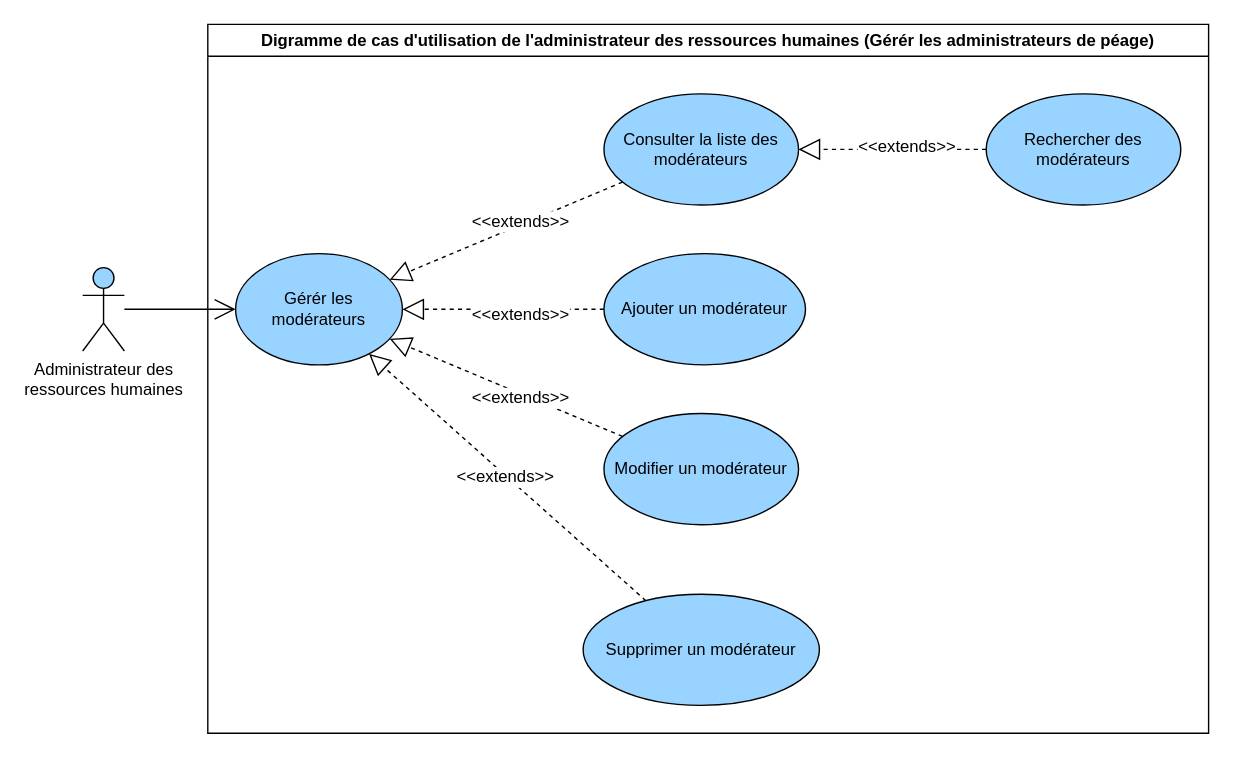
The draw.io diagram page "Gerer les moderateurs" (4 of 4) of diagrams/use-case/administrateur-des-ressources-humaines.drawio in devlotfi/peage-pay, before the edit. Source tidied: cells renumbered, new cells numbered last; positions are measured from the earlier drawing's top-left corner, leaving out a move shared by most shapes. Both pictures are drawn from the tidied source at 139%, with x=0, y=0 at pixel (82, 24).
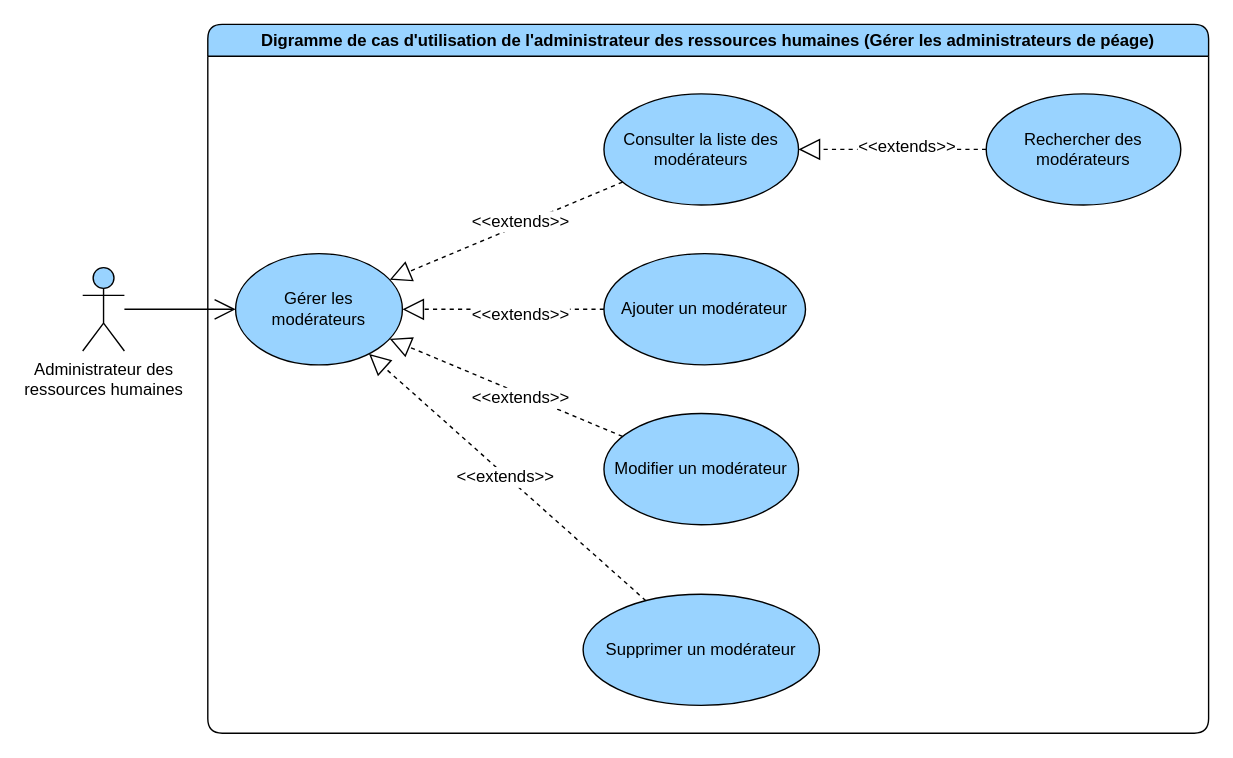
The same page after the edit.

Change to the diagram source:
```diff
@@
-    <mxCell id="2" value="Digramme de cas d'utilisation de l'administrateur des ressources humaines (Gérér les administrateurs de péage)" style="swimlane;whiteSpace=wrap;html=1;" parent="1" vertex="1">
+    <mxCell id="2" value="Digramme de cas d'utilisation de l'administrateur des ressources humaines (Gérer les administrateurs de péage)" style="swimlane;whiteSpace=wrap;html=1;rounded=1;fillColor=#99D3FF;" parent="1" vertex="1">
       <mxGeometry x="90" width="720" height="510" as="geometry" />
     </mxCell>
-    <mxCell id="3" value="Gérér les modérateurs" style="ellipse;whiteSpace=wrap;html=1;strokeColor=default;align=center;verticalAlign=middle;fontFamily=Helvetica;fontSize=12;fontColor=default;fillColor=#99D3FF;" parent="2" vertex="1">
+    <mxCell id="3" value="Gérer les modérateurs" style="ellipse;whiteSpace=wrap;html=1;strokeColor=default;align=center;verticalAlign=middle;fontFamily=Helvetica;fontSize=12;fontColor=default;fillColor=#99D3FF;" parent="2" vertex="1">
       <mxGeometry x="20" y="165" width="120" height="80" as="geometry" />
     </mxCell>
```
